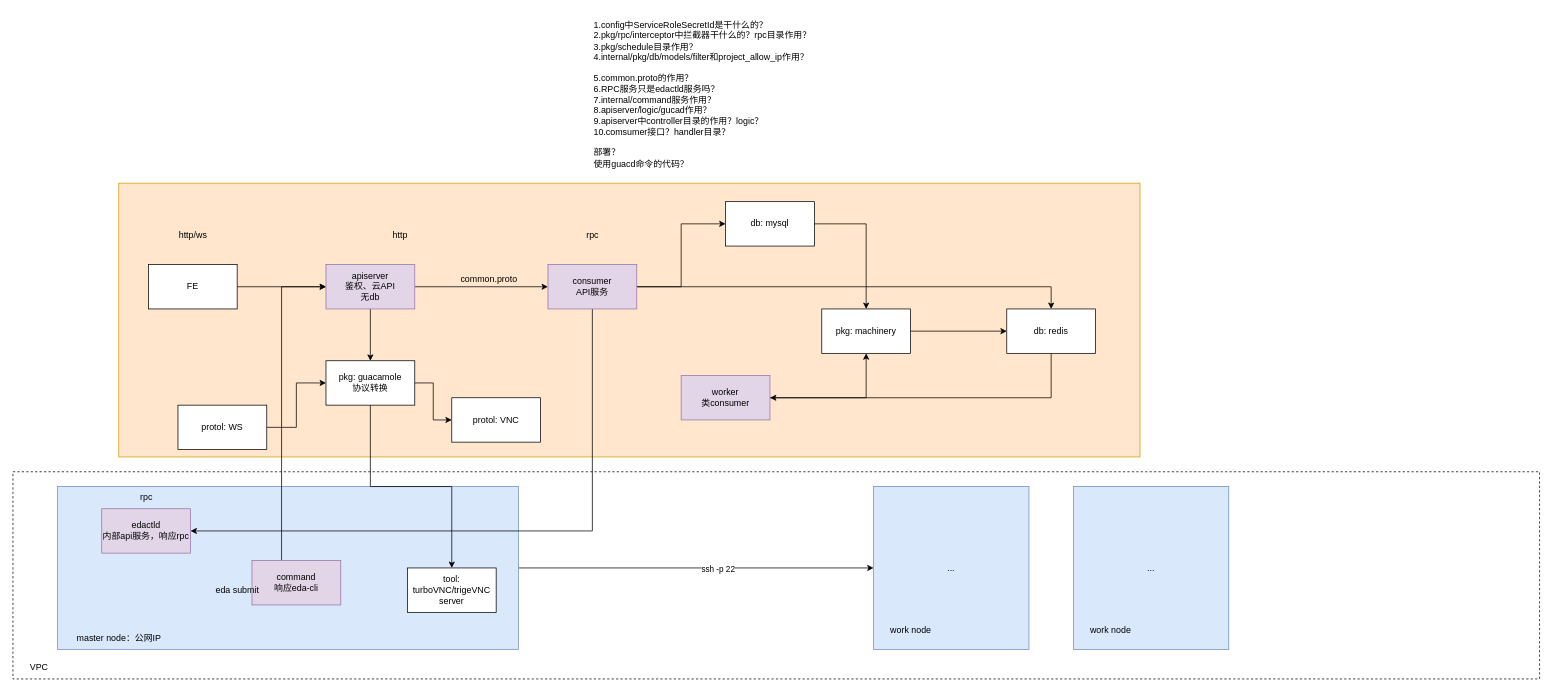
Earlier version of the draw.io diagram page "代码" (3 of 3) of draft/eda-devops/未命名绘图.drawio (mattshhuang/draw-io). Source tidied: cells renumbered, new cells numbered last; positions are measured from the earlier drawing's top-left corner, leaving out a move shared by most shapes. Both pictures are drawn from the tidied source at 74%, with x=0, y=0 at pixel (13, 13).
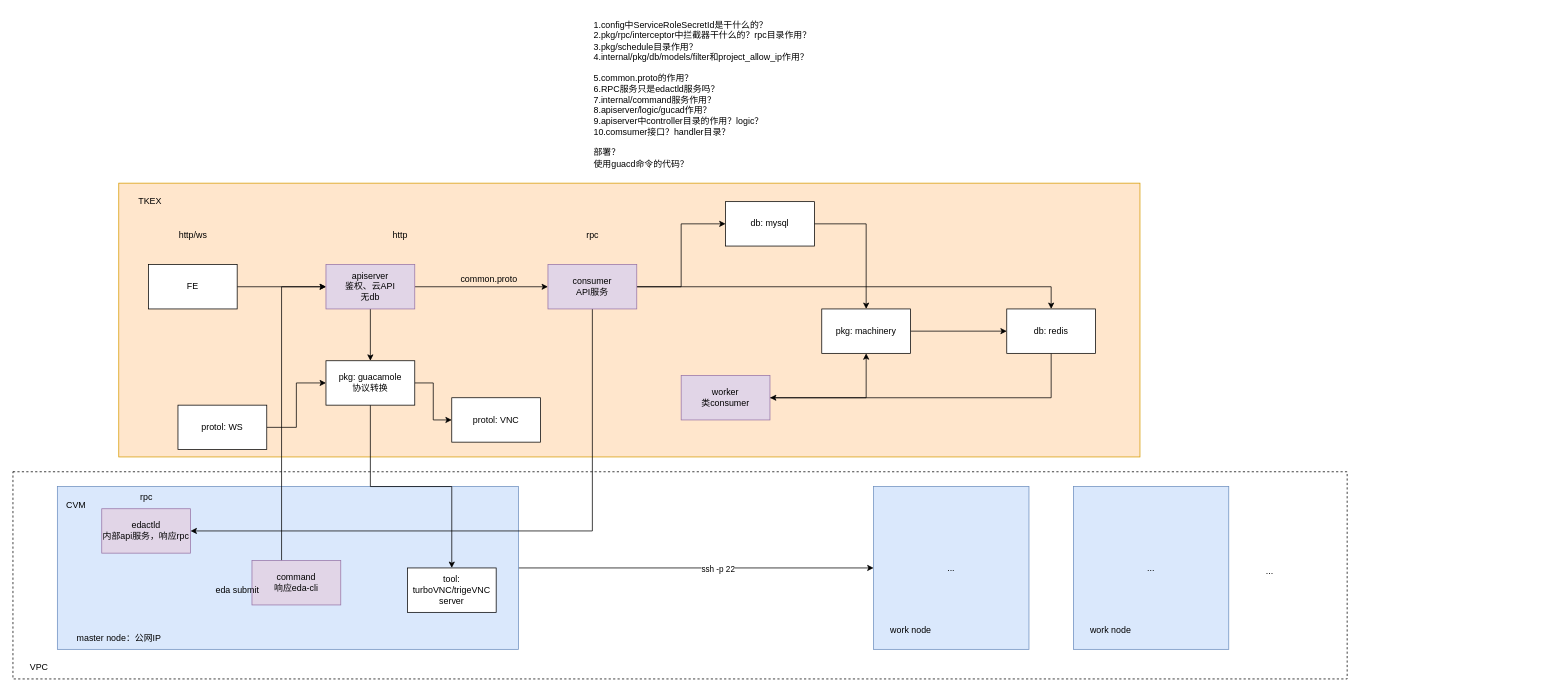
The same diagram, later.

What changed in the source:
```diff
@@
     <mxCell id="2" style="rounded=0;whiteSpace=wrap;html=1;labelBackgroundColor=none;dashed=1;" parent="1" vertex="1">
-      <mxGeometry y="620" width="2063" height="280" as="geometry" />
+      <mxGeometry y="620" width="1803" height="280" as="geometry" />
     </mxCell>
@@
+    <mxCell id="47" value="..." style="text;html=1;align=center;verticalAlign=middle;strokeColor=none;fillColor=none;" parent="1" vertex="1">
+      <mxGeometry x="1683" y="740" width="30" height="30" as="geometry" />
+    </mxCell>
+    <mxCell id="48" value="TKEX" style="text;html=1;align=center;verticalAlign=middle;strokeColor=none;fillColor=none;" parent="1" vertex="1">
+      <mxGeometry x="160" y="240" width="50" height="30" as="geometry" />
+    </mxCell>
+    <mxCell id="49" value="CVM" style="text;html=1;align=center;verticalAlign=middle;strokeColor=none;fillColor=none;" parent="1" vertex="1">
+      <mxGeometry x="60" y="650" width="50" height="30" as="geometry" />
+    </mxCell>
```
